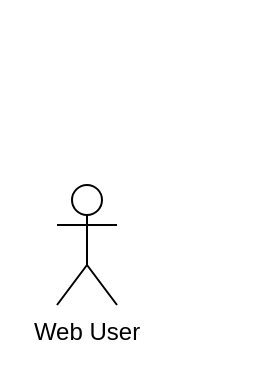
Before: Untitled Diagram.drawio in shannuvijaya/BADM, a draw.io diagram. Source tidied: cells renumbered, new cells numbered last; positions are measured from the earlier drawing's top-left corner, leaving out a move shared by most shapes. Both pictures are drawn from the tidied source at 200%, with x=0, y=0 at pixel (56, 184).
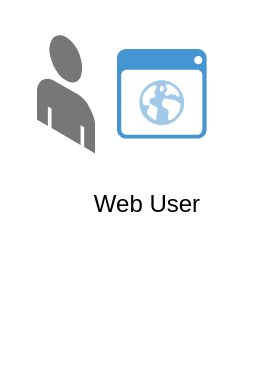
Above is the later version.

Diff of the diagram source:
```diff
@@
 <mxGraphModel>
   <root>
     <mxCell id="0" />
     <mxCell id="1" parent="0" />
+    <mxCell id="3" style="shadow=0;dashed=0;html=1;strokeColor=none;fillColor=#4495D1;labelPosition=center;verticalLabelPosition=bottom;verticalAlign=top;align=center;shape=mxgraph.veeam.2d.web_ui;" parent="1" vertex="1">
+      <mxGeometry x="30" y="-68" width="44.8" height="44.8" as="geometry" />
+    </mxCell>
+    <mxCell id="4" style="verticalLabelPosition=bottom;html=1;verticalAlign=top;strokeWidth=1;align=center;dashed=0;shape=mxgraph.aws3d.end_user;strokeColor=none;fillColor=#777777;" parent="1" vertex="1">
+      <mxGeometry x="-10" y="-75.3" width="29" height="59.5" as="geometry" />
+    </mxCell>
-    <mxCell id="2" value="Web User" style="shape=umlActor;verticalLabelPosition=bottom;verticalAlign=top;html=1;" parent="1" vertex="1">
-      <mxGeometry width="30" height="60" as="geometry" />
+    <mxCell id="2" value="Web User" style="text;html=1;strokeColor=none;fillColor=none;align=center;verticalAlign=middle;whiteSpace=wrap;rounded=0;" parent="1" vertex="1">
+      <mxGeometry width="91" height="20" as="geometry" />
     </mxCell>
   </root>
 </mxGraphModel>
```
